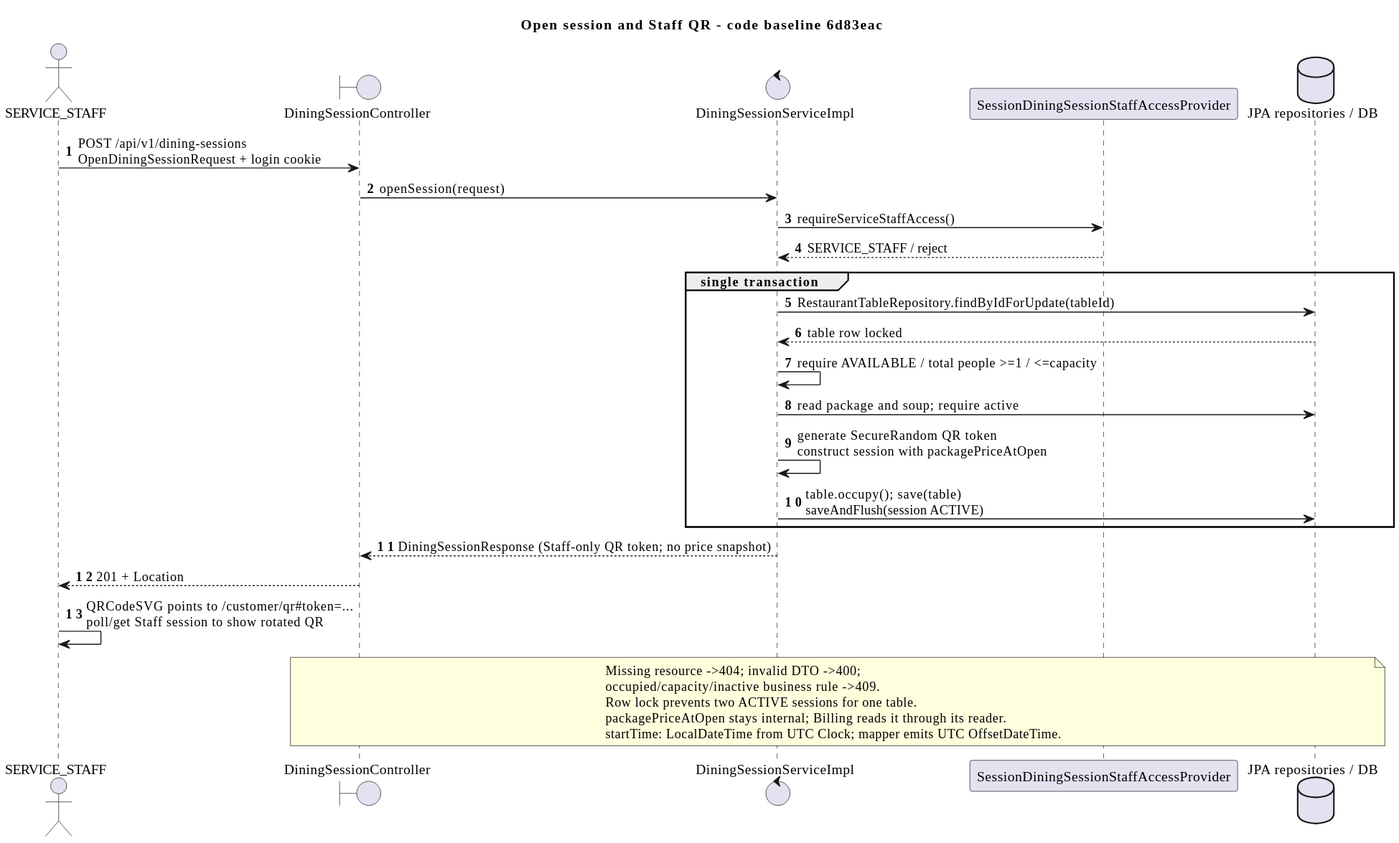
This is doc/diagrams/previews/sequence-open-session.svg from PavaritPramual/buffet-restaurant-management-system, a PlantUML export, as it was before one commit.
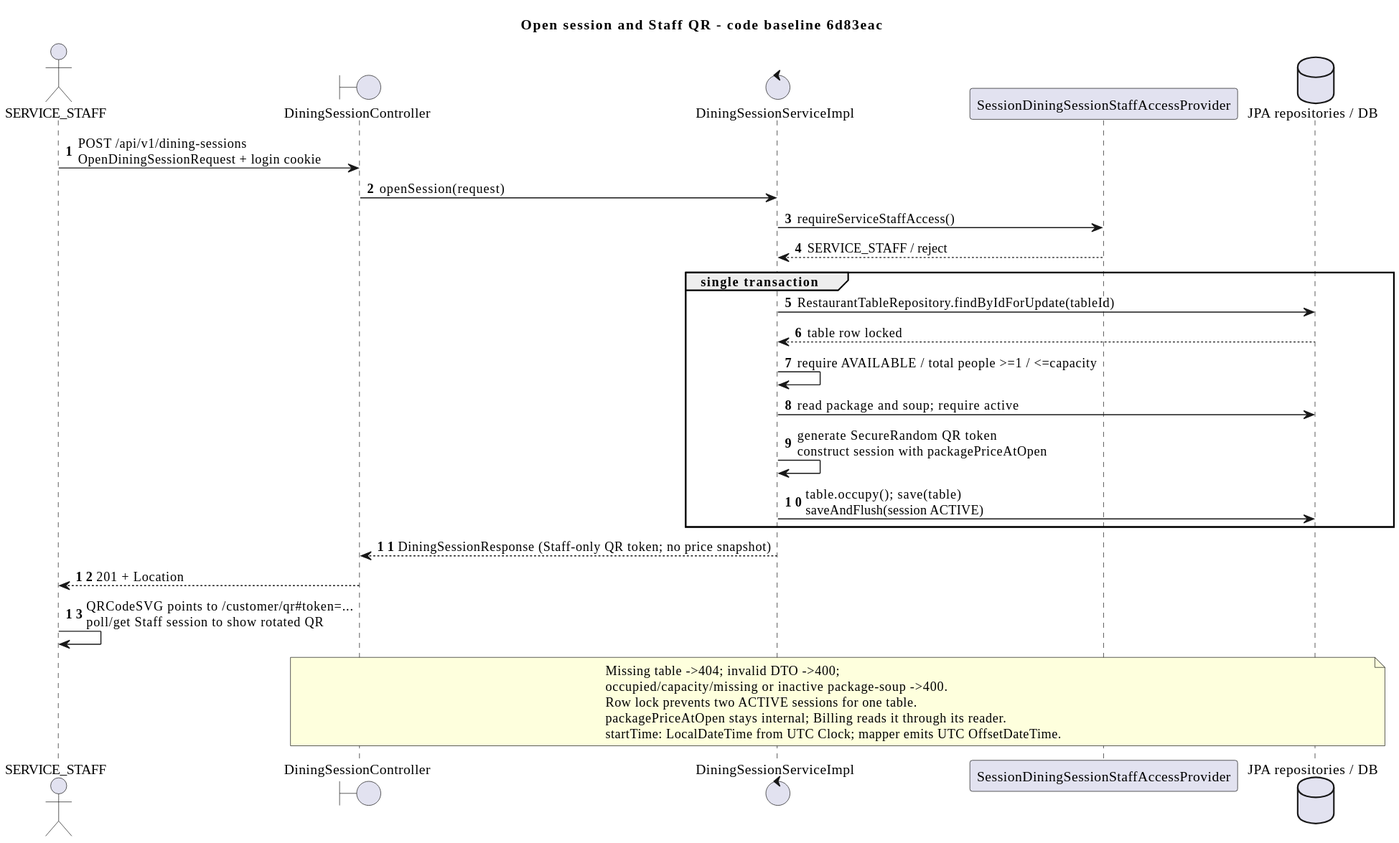
Later version of the same file.

Commit message:
docs: correct open-session HTTP status after PR31 review

Change to the diagram source:
```diff
@@ -24,8 +24,8 @@
 C --> Staff : 201 + Location
 Staff -> Staff : QRCodeSVG points to /customer/qr#token=...\npoll/get Staff session to show rotated QR
 note over C,DB
- Missing resource ->404; invalid DTO ->400;
- occupied/capacity/inactive business rule ->409.
+ Missing table ->404; invalid DTO ->400;
+ occupied/capacity/missing or inactive package-soup ->400.
  Row lock prevents two ACTIVE sessions for one table.
  packagePriceAtOpen stays internal; Billing reads it through its reader.
  startTime: LocalDateTime from UTC Clock; mapper emits UTC OffsetDateTime.
```
